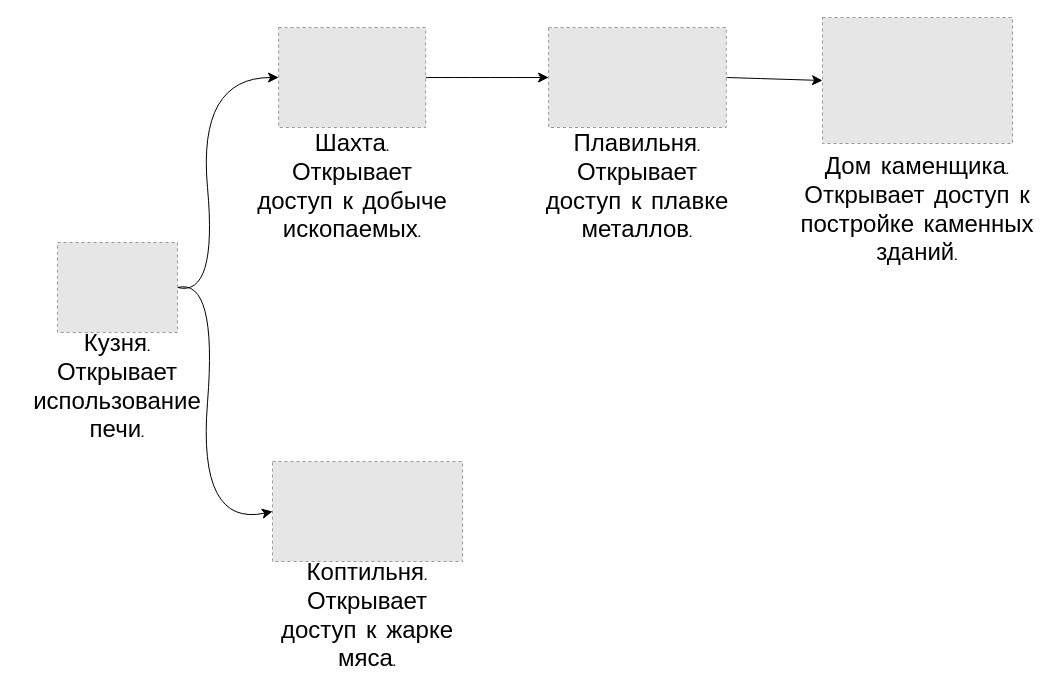
Alex-Degtyarenko/technological_tree keeps this draw.io diagram as TechnologicalTree.drawio. Above is the earlier version. Source tidied: cells renumbered, new cells numbered last; positions are measured from the earlier drawing's top-left corner, leaving out a move shared by most shapes. Both pictures are drawn from the tidied source at 100%, with x=0, y=0 at pixel (17, 17). Pictures stored in the file or linked from it are replaced by grey dashed boxes.
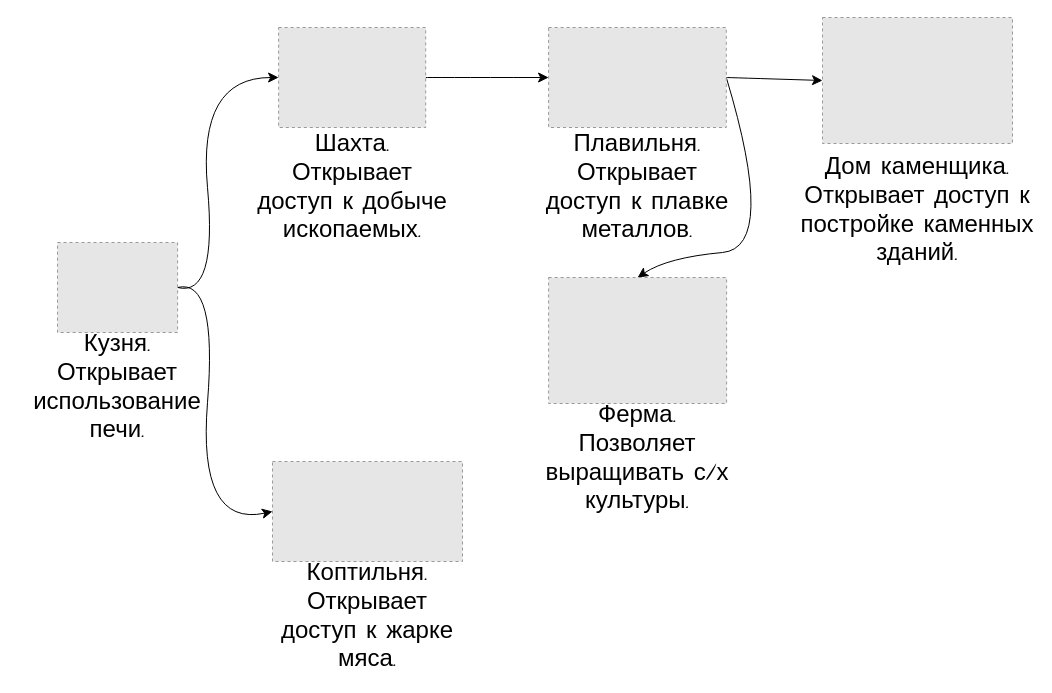
Above is the later version.

The change refers to these unchanged cells:
```xml
<mxCell id="12" style="fillColor=#E6E6E6;strokeColor=#999999;dashed=1;verticalLabelPosition=bottom;verticalAlign=top;fontSize=16;" parent="1" vertex="1">
  <mxGeometry x="531.1" y="10" width="177.7" height="100" as="geometry" />
</mxCell>
```

Change to the diagram source:
```diff
@@
+    <mxCell id="16" style="edgeStyle=none;curved=1;rounded=0;jettySize=auto;html=1;exitX=1;exitY=0.5;exitDx=0;exitDy=0;entryX=0.5;entryY=0;entryDx=0;entryDy=0;fontSize=12;startSize=8;endSize=8;" parent="1" edge="1" source="12" target="17">
+      <mxGeometry relative="1" as="geometry">
+        <Array as="points">
+          <mxPoint x="760" y="230" />
+          <mxPoint x="650" y="240" />
+        </Array>
+      </mxGeometry>
+    </mxCell>
@@
+    <mxCell id="17" style="fillColor=#E6E6E6;strokeColor=#999999;dashed=1;verticalLabelPosition=bottom;verticalAlign=top;fontSize=16;" parent="1" vertex="1">
+      <mxGeometry x="531.1" y="260" width="178" height="126" as="geometry" />
+    </mxCell>
+    <mxCell id="18" value="Ферма. Позволяет выращивать с/х культуры." style="text;html=1;strokeColor=none;fillColor=none;align=center;verticalAlign=middle;whiteSpace=wrap;rounded=0;fontSize=24;fontFamily=Comic Sans MS;labelBackgroundColor=none;" parent="1" vertex="1">
+      <mxGeometry x="520" y="386" width="200" height="110" as="geometry" />
+    </mxCell>
```
